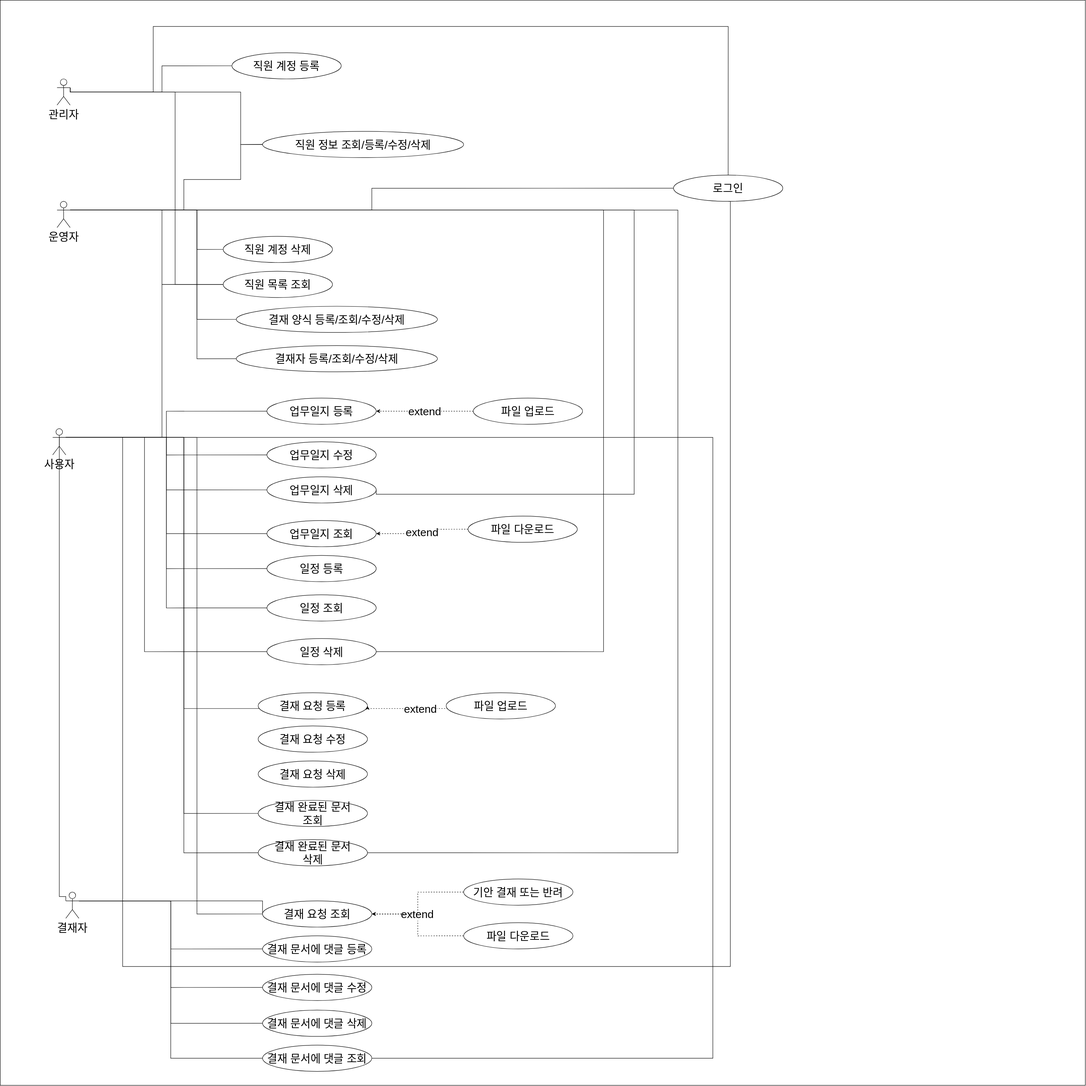
Earlier version of the draw.io export files/use-case.svg (pjiyun123/mmp-groupware-project). Source tidied: cells renumbered, new cells last; positions are measured from the earlier drawing's top-left corner, leaving out a move shared by most shapes.
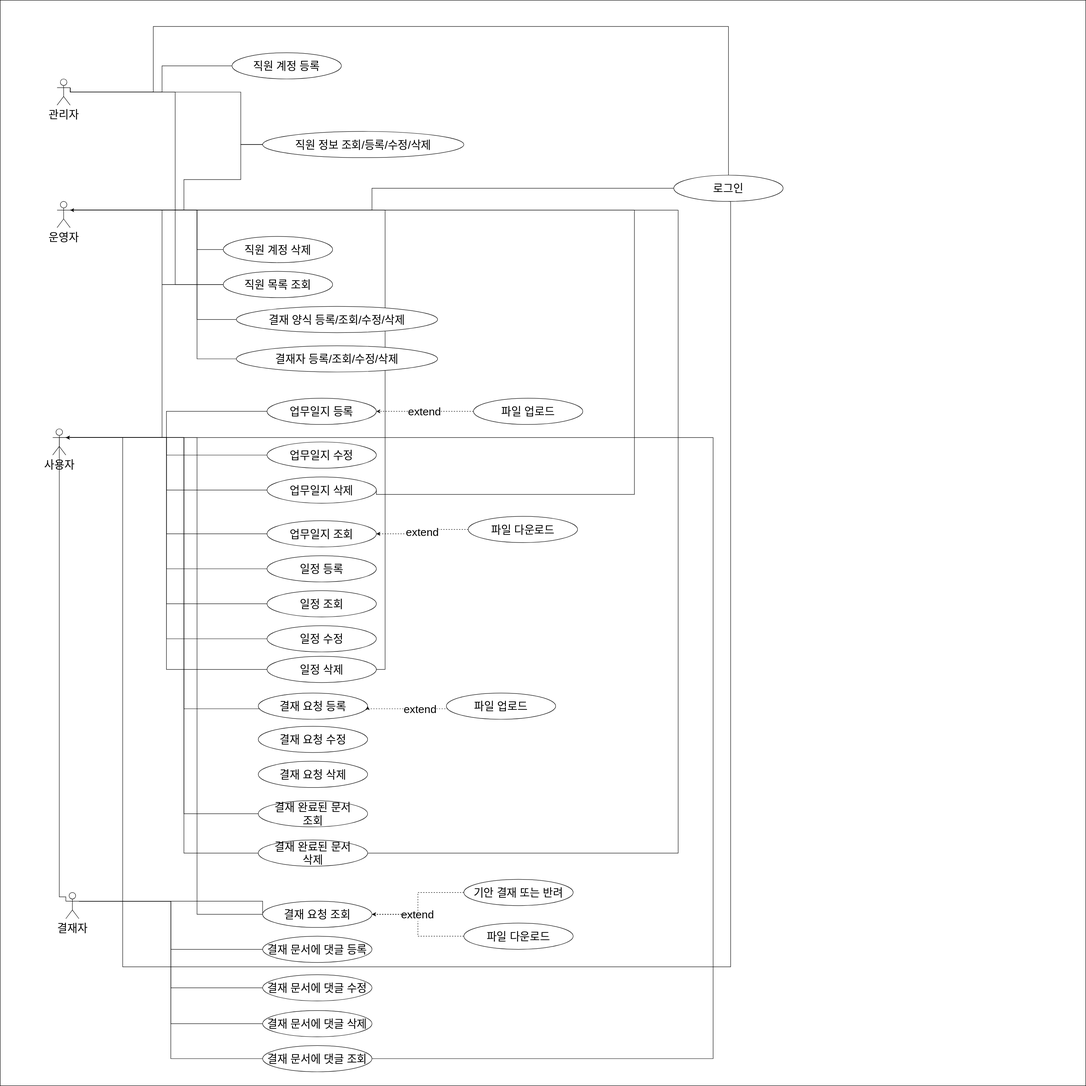
The same file after the commit.

Change to the diagram source:
```diff
@@ -123,18 +123,16 @@
       <mxGeometry relative="1" as="geometry" />
     </mxCell>
     <mxCell id="32" value="일정 조회" style="ellipse;whiteSpace=wrap;html=1;fontSize=25;" parent="1" vertex="1">
-      <mxGeometry x="610" y="1360" width="250" height="60" as="geometry" />
+      <mxGeometry x="610" y="1350" width="250" height="60" as="geometry" />
     </mxCell>
+    <mxCell id="75" style="edgeStyle=orthogonalEdgeStyle;rounded=0;jettySize=auto;html=1;exitX=1;exitY=0.5;exitDx=0;exitDy=0;entryX=1;entryY=0.3333333333333333;entryDx=0;entryDy=0;entryPerimeter=0;fontSize=28;" parent="1" edge="1" source="34" target="10">
+      <mxGeometry relative="1" as="geometry" />
+    </mxCell>
-    <mxCell id="33" style="edgeStyle=orthogonalEdgeStyle;rounded=0;jettySize=auto;html=1;exitX=0;exitY=0.5;exitDx=0;exitDy=0;entryX=1;entryY=0.3333333333333333;entryDx=0;entryDy=0;entryPerimeter=0;endArrow=none;endFill=0;" parent="1" edge="1" source="34" target="12">
-      <mxGeometry relative="1" as="geometry">
-        <Array as="points">
-          <mxPoint x="330" y="1490" />
-          <mxPoint x="330" y="1000" />
-        </Array>
-      </mxGeometry>
+    <mxCell id="33" style="edgeStyle=orthogonalEdgeStyle;rounded=0;jettySize=auto;html=1;exitX=0;exitY=0.5;exitDx=0;exitDy=0;entryX=1;entryY=0.3333333333333333;entryDx=0;entryDy=0;entryPerimeter=0;fontSize=28;" parent="1" edge="1" source="34" target="12">
+      <mxGeometry relative="1" as="geometry" />
     </mxCell>
     <mxCell id="34" value="일정 삭제" style="ellipse;whiteSpace=wrap;html=1;fontSize=25;" parent="1" vertex="1">
-      <mxGeometry x="610" y="1460" width="250" height="60" as="geometry" />
+      <mxGeometry x="610" y="1500" width="250" height="60" as="geometry" />
     </mxCell>
     <mxCell id="35" value="extend" style="edgeStyle=orthogonalEdgeStyle;rounded=0;jettySize=auto;html=1;exitX=0;exitY=0.5;exitDx=0;exitDy=0;dashed=1;endArrow=classic;endFill=1;entryX=1;entryY=0.5;entryDx=0;entryDy=0;fontSize=25;" parent="1" edge="1" source="39" target="20">
       <mxGeometry x="0.2" relative="1" as="geometry">
@@ -206,14 +204,6 @@
     <mxCell id="46" value="직원 목록 조회" style="ellipse;whiteSpace=wrap;html=1;fontSize=25;" parent="1" vertex="1">
       <mxGeometry x="510" y="620" width="250" height="60" as="geometry" />
     </mxCell>
-    <mxCell id="47" style="edgeStyle=orthogonalEdgeStyle;rounded=0;jettySize=auto;html=1;entryX=1;entryY=0.5;entryDx=0;entryDy=0;endArrow=none;endFill=0;fontSize=25;exitX=1;exitY=0.3333333333333333;exitDx=0;exitDy=0;exitPerimeter=0;" parent="1" edge="1" source="10" target="34">
-      <mxGeometry relative="1" as="geometry">
-        <Array as="points">
-          <mxPoint x="1380" y="480" />
-          <mxPoint x="1380" y="1490" />
-        </Array>
-      </mxGeometry>
-    </mxCell>
     <mxCell id="48" style="edgeStyle=orthogonalEdgeStyle;rounded=0;jettySize=auto;html=1;endArrow=none;endFill=0;fontSize=25;exitX=1;exitY=0.3333333333333333;exitDx=0;exitDy=0;exitPerimeter=0;entryX=1;entryY=0.5;entryDx=0;entryDy=0;" parent="1" edge="1" source="10" target="26">
       <mxGeometry relative="1" as="geometry">
         <Array as="points">
@@ -346,5 +336,11 @@
     <mxCell id="74" value="결재 문서에 댓글 조회" style="ellipse;whiteSpace=wrap;html=1;fontSize=25;" parent="1" vertex="1">
       <mxGeometry x="600" y="2390" width="250" height="60" as="geometry" />
     </mxCell>
+    <mxCell id="76" style="edgeStyle=orthogonalEdgeStyle;rounded=0;jettySize=auto;html=1;exitX=0;exitY=0.5;exitDx=0;exitDy=0;entryX=1;entryY=0.3333333333333333;entryDx=0;entryDy=0;entryPerimeter=0;fontSize=28;" parent="1" edge="1" source="77" target="12">
+      <mxGeometry relative="1" as="geometry" />
+    </mxCell>
+    <mxCell id="77" value="일정 수정" style="ellipse;whiteSpace=wrap;html=1;fontSize=25;" parent="1" vertex="1">
+      <mxGeometry x="610" y="1430" width="250" height="60" as="geometry" />
+    </mxCell>
   </root>
 </mxGraphModel>
```
